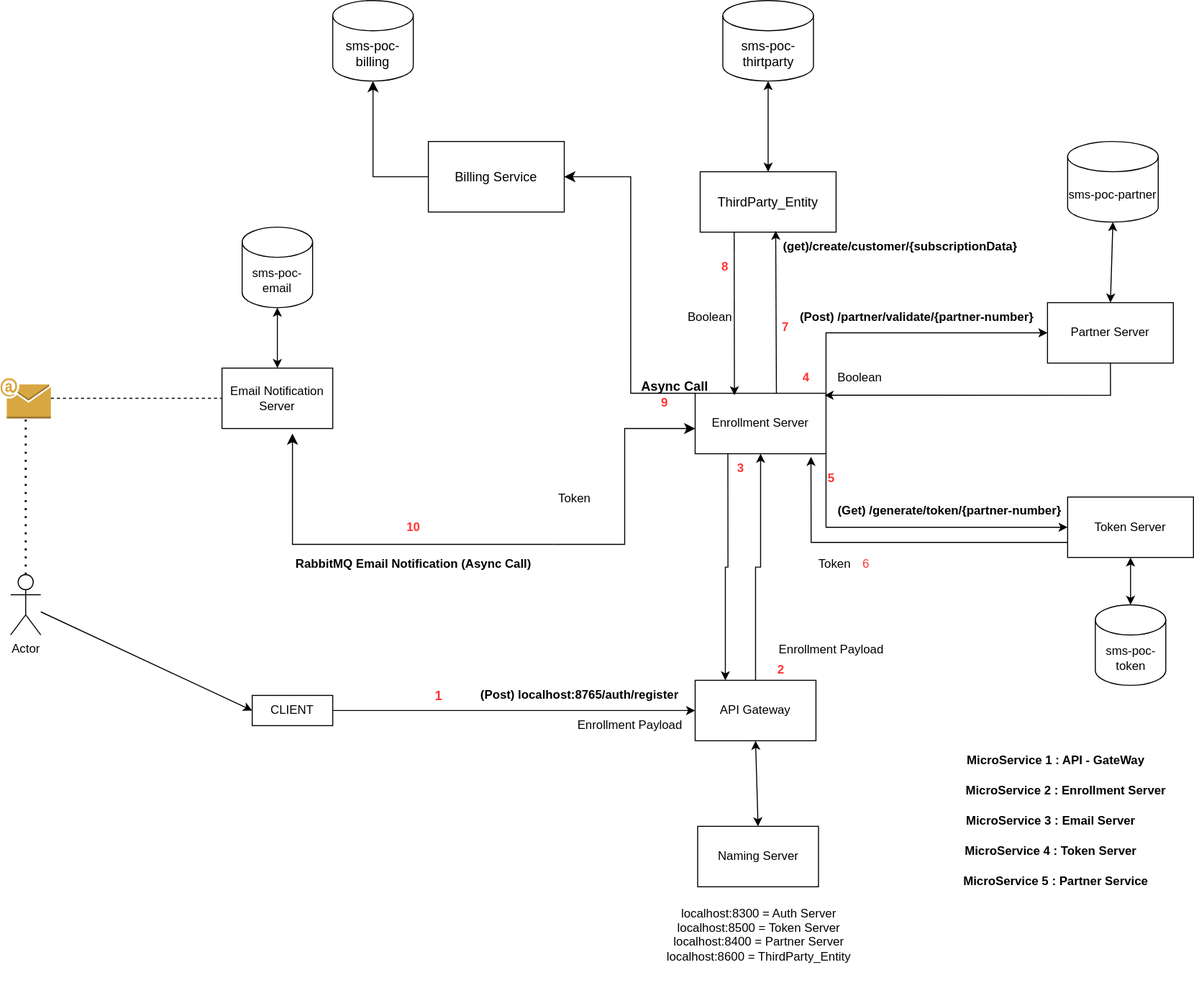
This is api-gateway/src/main/Untitled Diagram.drawio.svg from miit-netweb/SMS-POC-API-Gateway, a draw.io export, as it was before one commit. Source tidied: cells renumbered, new cells last; positions are measured from the earlier drawing's top-left corner, leaving out a move shared by most shapes.
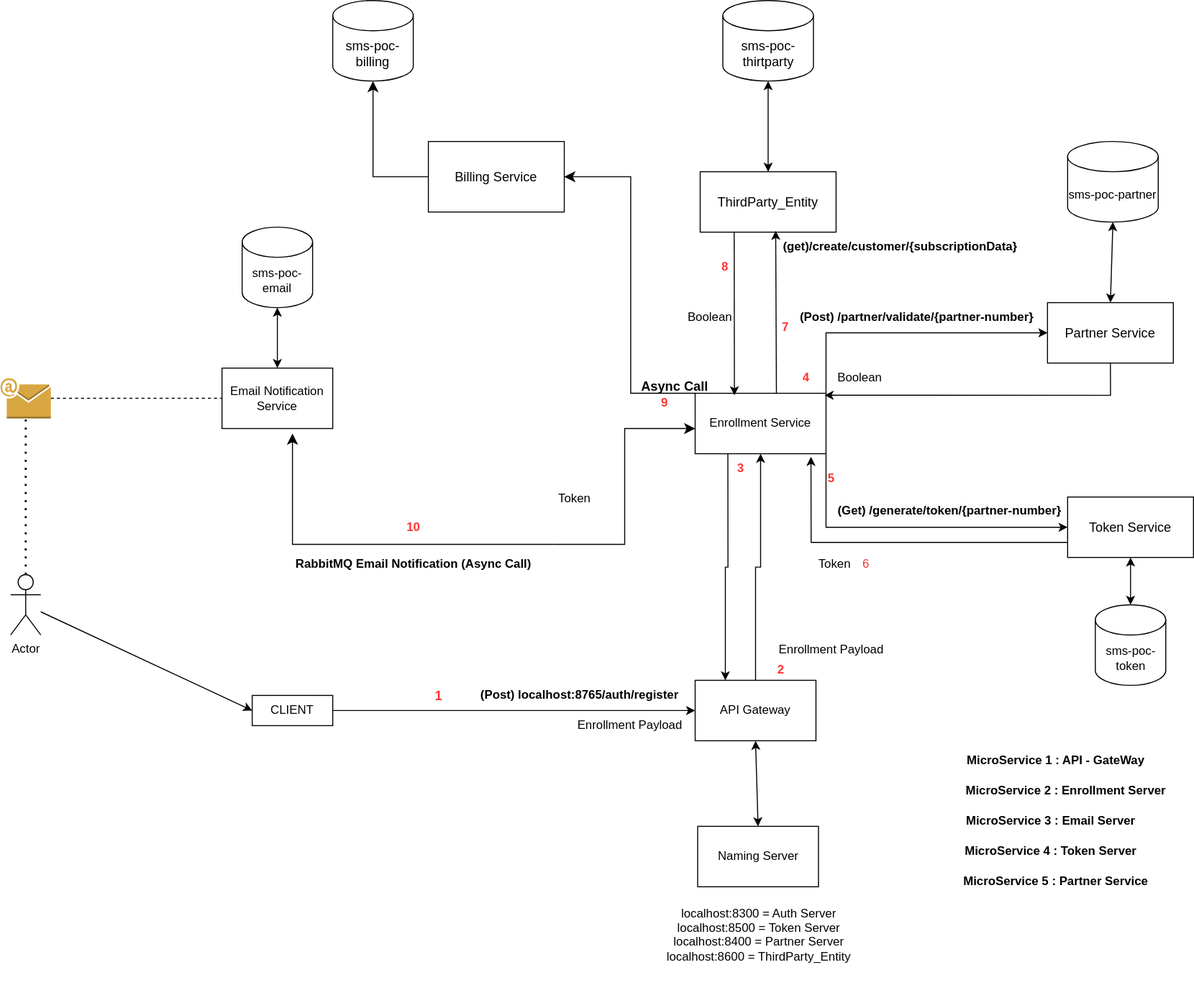
Above is the later version.

Change to the diagram source:
```diff
@@ -17,13 +17,13 @@
     <mxCell id="6" style="edgeStyle=orthogonalEdgeStyle;rounded=0;jettySize=auto;html=1;exitX=1;exitY=1;exitDx=0;exitDy=0;entryX=0;entryY=0.5;entryDx=0;entryDy=0;" parent="1" edge="1" source="7" target="33">
       <mxGeometry relative="1" as="geometry" />
     </mxCell>
-    <mxCell id="7" value="Enrollment Server" style="rounded=0;whiteSpace=wrap;html=1;" parent="1" vertex="1">
+    <mxCell id="7" value="Enrollment Service" style="rounded=0;whiteSpace=wrap;html=1;" parent="1" vertex="1">
       <mxGeometry x="690" y="390" width="130" height="60" as="geometry" />
     </mxCell>
     <mxCell id="8" value="Naming Server" style="rounded=0;whiteSpace=wrap;html=1;" parent="1" vertex="1">
       <mxGeometry x="692.5" y="820" width="120" height="60" as="geometry" />
     </mxCell>
-    <mxCell id="9" value="Email Notification Server" style="rounded=0;whiteSpace=wrap;html=1;" parent="1" vertex="1">
+    <mxCell id="9" value="Email Notification Service" style="rounded=0;whiteSpace=wrap;html=1;" parent="1" vertex="1">
       <mxGeometry x="220" y="365" width="110" height="60" as="geometry" />
     </mxCell>
     <mxCell id="10" style="edgeStyle=orthogonalEdgeStyle;rounded=0;jettySize=auto;html=1;entryX=0;entryY=0.5;entryDx=0;entryDy=0;exitX=1;exitY=0.5;exitDx=0;exitDy=0;" parent="1" edge="1" source="11" target="3">
@@ -100,10 +100,10 @@
     <mxCell id="32" style="edgeStyle=orthogonalEdgeStyle;rounded=0;jettySize=auto;html=1;exitX=0;exitY=0.75;exitDx=0;exitDy=0;entryX=0.885;entryY=1.05;entryDx=0;entryDy=0;entryPerimeter=0;" parent="1" edge="1" source="33" target="7">
       <mxGeometry relative="1" as="geometry" />
     </mxCell>
-    <mxCell id="33" value="Token Server" style="rounded=0;whiteSpace=wrap;html=1;" parent="1" vertex="1">
+    <mxCell id="33" value="&lt;font style=&quot;font-size: 13px;&quot;&gt;Token Service&lt;/font&gt;" style="rounded=0;whiteSpace=wrap;html=1;" parent="1" vertex="1">
       <mxGeometry x="1060" y="493" width="125" height="60" as="geometry" />
     </mxCell>
-    <mxCell id="34" value="Partner Server" style="rounded=0;whiteSpace=wrap;html=1;" parent="1" vertex="1">
+    <mxCell id="34" value="&lt;font style=&quot;font-size: 13px;&quot;&gt;Partner Service&lt;/font&gt;" style="rounded=0;whiteSpace=wrap;html=1;" parent="1" vertex="1">
       <mxGeometry x="1040" y="300" width="125" height="60" as="geometry" />
     </mxCell>
     <mxCell id="35" value="&lt;b&gt;(Post) /partner/validate/{partner-number}&lt;/b&gt;" style="text;html=1;align=center;verticalAlign=middle;strokeColor=none;fillColor=none;" parent="1" vertex="1">
```
